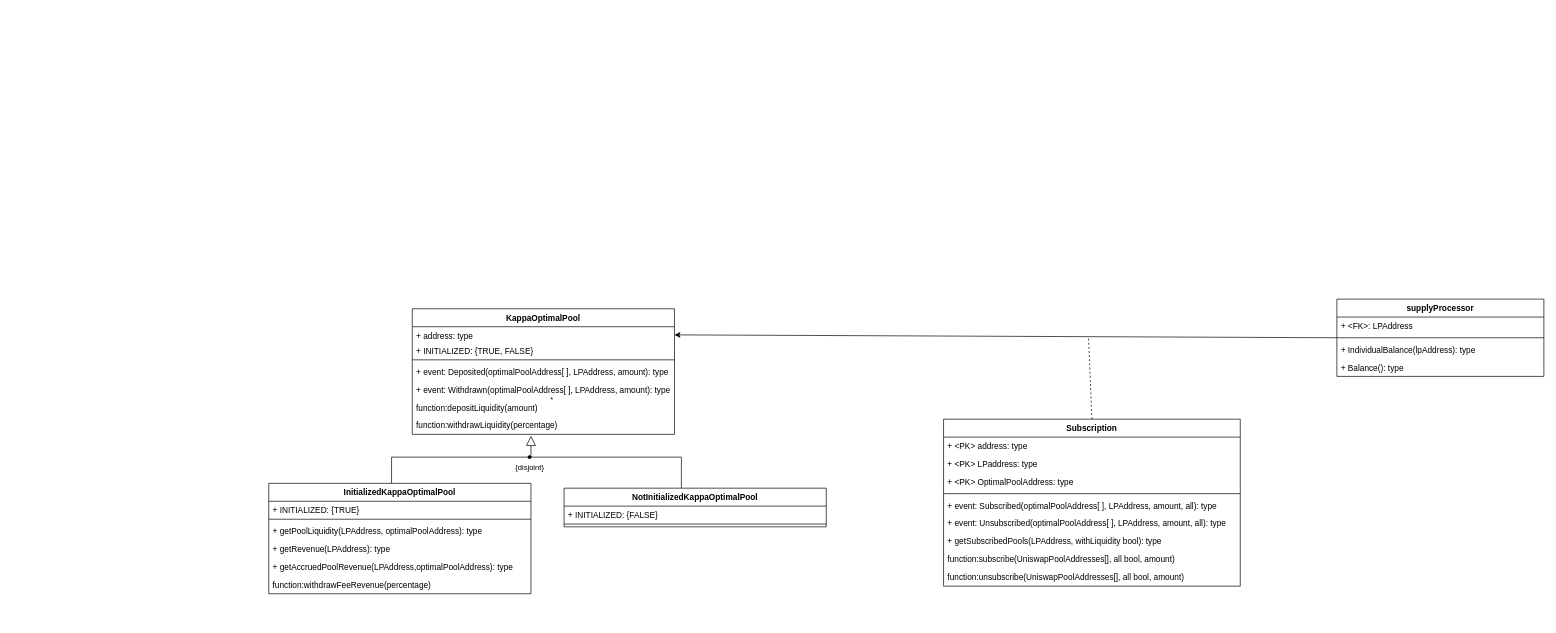
Above: docs/behaviorSemantics/diagrams/entityRelationshipDiagrams/liquidityManagement.drawio in JMSBPP/Kappa-AMM-Adaptive-CFMM-with-Oracle-Based-Curvature-Adjustment (draw.io), before the change. Source tidied: cells renumbered, new cells numbered last; positions are measured from the earlier drawing's top-left corner, leaving out a move shared by most shapes. Both pictures are drawn from the tidied source at 69%, with x=0, y=0 at pixel (143, 299).
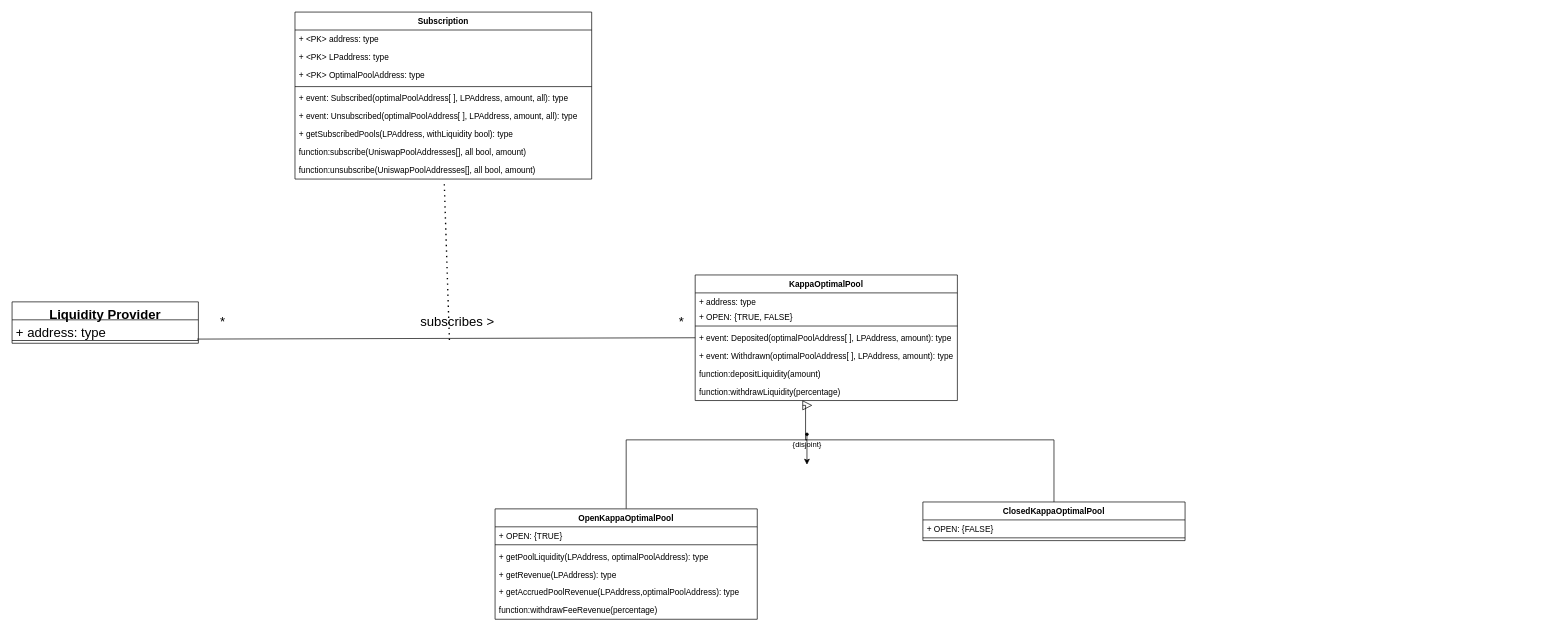
The same page after the edit.

Unchanged cells that the change refers to:
```xml
<mxCell id="3" value="+ address: type" style="text;strokeColor=none;fillColor=none;align=left;verticalAlign=top;spacingLeft=4;spacingRight=4;overflow=hidden;points=[[0,0.5],[1,0.5]];portConstraint=eastwest;" parent="2" vertex="1">
  <mxGeometry y="26" width="380" height="22" as="geometry" />
</mxCell>
<mxCell id="6" value="+ event: Deposited(optimalPoolAddress[ ], LPAddress, amount): type" style="text;strokeColor=none;fillColor=none;align=left;verticalAlign=top;spacingLeft=4;spacingRight=4;overflow=hidden;points=[[0,0.5],[1,0.5]];portConstraint=eastwest;" parent="2" vertex="1">
  <mxGeometry y="78" width="380" height="26" as="geometry" />
</mxCell>
<mxCell id="9" value="function:withdrawLiquidity(percentage)" style="text;strokeColor=none;fillColor=none;align=left;verticalAlign=top;spacingLeft=4;spacingRight=4;overflow=hidden;points=[[0,0.5],[1,0.5]];portConstraint=eastwest;" parent="2" vertex="1">
  <mxGeometry y="156" width="380" height="26" as="geometry" />
</mxCell>
<mxCell id="19" value="function:unsubscribe(UniswapPoolAddresses[], all bool, amount)" style="text;strokeColor=none;fillColor=none;align=left;verticalAlign=top;spacingLeft=4;spacingRight=4;overflow=hidden;points=[[0,0.5],[1,0.5]];portConstraint=eastwest;" parent="10" vertex="1">
  <mxGeometry y="216" width="430" height="26" as="geometry" />
</mxCell>
```

Diff of the diagram source:
```diff
@@
     <mxCell id="2" value="KappaOptimalPool" style="swimlane;fontStyle=1;align=center;verticalAlign=top;horizontal=1;startSize=26;" parent="1" vertex="1">
-      <mxGeometry x="390" y="14" width="380" height="182" as="geometry" />
+      <mxGeometry x="800" y="-35" width="380" height="182" as="geometry" />
     </mxCell>
@@
-    <mxCell id="4" value="+ INITIALIZED: {TRUE, FALSE}" style="text;strokeColor=none;fillColor=none;align=left;verticalAlign=top;spacingLeft=4;spacingRight=4;overflow=hidden;" parent="2" vertex="1">
+    <mxCell id="4" value="+ OPEN: {TRUE, FALSE}" style="text;strokeColor=none;fillColor=none;align=left;verticalAlign=top;spacingLeft=4;spacingRight=4;overflow=hidden;" parent="2" vertex="1">
       <mxGeometry y="48" width="380" height="22" as="geometry" />
     </mxCell>
@@
     <mxCell id="10" value="Subscription&#10;" style="swimlane;fontStyle=1;align=center;verticalAlign=top;horizontal=1;startSize=26;" parent="1" vertex="1">
-      <mxGeometry x="1160" y="174" width="430" height="242" as="geometry" />
+      <mxGeometry x="220" y="-416" width="430" height="242" as="geometry" />
     </mxCell>
@@
-    <mxCell id="20" value="*" style="edgeLabel;html=1;align=center;verticalAlign=middle;" parent="1" vertex="1">
-      <mxGeometry y="144" as="geometry">
-        <mxPoint x="591" as="offset" />
-      </mxGeometry>
-    </mxCell>
-    <mxCell id="21" style="edgeStyle=none;html=1;exitX=0;exitY=0.5;exitDx=0;exitDy=0;" parent="1" edge="1" source="22" target="3">
-      <mxGeometry relative="1" as="geometry" />
-    </mxCell>
-    <mxCell id="22" value="supplyProcessor" style="swimlane;fontStyle=1;align=center;verticalAlign=top;horizontal=1;startSize=26;" parent="1" vertex="1">
-      <mxGeometry x="1730" width="300" height="112" as="geometry" />
-    </mxCell>
-    <mxCell id="23" value="+ &lt;FK&gt;: LPAddress" style="text;strokeColor=none;fillColor=none;align=left;verticalAlign=top;spacingLeft=4;spacingRight=4;overflow=hidden;" parent="22" vertex="1">
-      <mxGeometry y="26" width="300" height="26" as="geometry" />
-    </mxCell>
-    <mxCell id="24" style="line;strokeWidth=1;fillColor=none;align=left;verticalAlign=middle;spacingTop=-1;spacingLeft=3;spacingRight=3;labelPosition=right;strokeColor=inherit;" parent="22" vertex="1">
-      <mxGeometry y="52" width="300" height="8" as="geometry" />
-    </mxCell>
-    <mxCell id="25" value="+ IndividualBalance(lpAddress): type" style="text;strokeColor=none;fillColor=none;align=left;verticalAlign=top;spacingLeft=4;spacingRight=4;overflow=hidden;" parent="22" vertex="1">
-      <mxGeometry y="60" width="300" height="26" as="geometry" />
-    </mxCell>
-    <mxCell id="26" value="+ Balance(): type" style="text;strokeColor=none;fillColor=none;align=left;verticalAlign=top;spacingLeft=4;spacingRight=4;overflow=hidden;" parent="22" vertex="1">
-      <mxGeometry y="86" width="300" height="26" as="geometry" />
-    </mxCell>
-    <mxCell id="27" style="endArrow=none;dashed=1;html=1;exitX=0.5;exitY=0;exitDx=0;exitDy=0;" parent="1" edge="1" source="10">
-      <mxGeometry relative="1" as="geometry">
-        <mxPoint x="1370" y="54" as="targetPoint" />
-      </mxGeometry>
-    </mxCell>
-    <mxCell id="28" style="verticalAlign=bottom;html=1;ellipse;fillColor=strokeColor;fontFamily=Helvetica;fontSize=11;fontColor=default;" parent="1" vertex="1">
-      <mxGeometry x="558" y="227" width="4" height="4" as="geometry" />
-    </mxCell>
+    <mxCell id="43" style="edgeStyle=none;html=1;fontSize=19;" parent="1" edge="1" source="29">
+      <mxGeometry relative="1" as="geometry">
+        <mxPoint x="962" y="240" as="targetPoint" />
+      </mxGeometry>
+    </mxCell>
     <mxCell id="29" value="{disjoint}" style="ellipse;html=1;fillColor=strokeColor;labelPosition=center;align=center;fontFamily=Helvetica;fontSize=11;fontColor=default;verticalAlign=top;verticalLabelPosition=bottom;" parent="1" vertex="1">
-      <mxGeometry x="558" y="227" width="4" height="4" as="geometry" />
+      <mxGeometry x="960" y="194" width="4" height="4" as="geometry" />
     </mxCell>
-    <mxCell id="30" style="edgeStyle=elbowEdgeStyle;html=1;endSize=12;endArrow=block;endFill=0;elbow=horizontal;rounded=0;labelBackgroundColor=default;fontFamily=Helvetica;fontSize=11;fontColor=default;shape=connector;entryX=0.452;entryY=1.077;entryDx=0;entryDy=0;entryPerimeter=0;" parent="1" edge="1" source="29" target="9">
-      <mxGeometry x="1" relative="1" as="geometry" />
+    <mxCell id="30" style="edgeStyle=elbowEdgeStyle;html=1;endSize=12;endArrow=block;endFill=0;elbow=horizontal;rounded=0;labelBackgroundColor=default;fontFamily=Helvetica;fontSize=11;fontColor=default;shape=connector;" parent="1" edge="1">
+      <mxGeometry x="1" relative="1" as="geometry">
+        <mxPoint x="962" y="204" as="sourcePoint" />
+        <mxPoint x="970" y="154" as="targetPoint" />
+        <Array as="points">
+          <mxPoint x="960" y="194" />
+        </Array>
+      </mxGeometry>
     </mxCell>
-    <mxCell id="31" style="edgeStyle=elbowEdgeStyle;html=1;elbow=vertical;verticalAlign=bottom;endArrow=none;rounded=0;labelBackgroundColor=default;fontFamily=Helvetica;fontSize=11;fontColor=default;startSize=14;shape=connector;" parent="1" edge="1" source="29">
+    <mxCell id="31" style="edgeStyle=elbowEdgeStyle;html=1;elbow=vertical;verticalAlign=bottom;endArrow=none;rounded=0;labelBackgroundColor=default;fontFamily=Helvetica;fontSize=11;fontColor=default;startSize=14;shape=connector;entryX=0.5;entryY=0;entryDx=0;entryDy=0;" parent="1" edge="1" target="40">
       <mxGeometry x="1" relative="1" as="geometry">
-        <mxPoint x="780" y="274" as="targetPoint" />
+        <mxPoint x="960" y="204" as="sourcePoint" />
         <Array as="points">
+          <mxPoint x="1140" y="204" />
+          <mxPoint x="750" y="234" />
           <mxPoint x="600" y="229" />
         </Array>
       </mxGeometry>
     </mxCell>
-    <mxCell id="32" style="edgeStyle=elbowEdgeStyle;html=1;elbow=vertical;verticalAlign=bottom;endArrow=none;rounded=0;labelBackgroundColor=default;fontFamily=Helvetica;fontSize=11;fontColor=default;startSize=14;shape=connector;" parent="1" edge="1" source="29">
+    <mxCell id="32" style="edgeStyle=elbowEdgeStyle;html=1;elbow=vertical;verticalAlign=bottom;endArrow=none;rounded=0;labelBackgroundColor=default;fontFamily=Helvetica;fontSize=11;fontColor=default;startSize=14;shape=connector;entryX=0.5;entryY=0;entryDx=0;entryDy=0;" parent="1" edge="1" target="33">
       <mxGeometry x="1" relative="1" as="geometry">
-        <mxPoint x="360" y="274" as="targetPoint" />
+        <mxPoint x="962" y="204" as="sourcePoint" />
         <Array as="points">
+          <mxPoint x="940" y="204" />
+          <mxPoint x="790" y="264" />
+          <mxPoint x="740" y="234" />
           <mxPoint x="520" y="229" />
         </Array>
       </mxGeometry>
     </mxCell>
-    <mxCell id="33" value="InitializedKappaOptimalPool" style="swimlane;fontStyle=1;align=center;verticalAlign=top;horizontal=1;startSize=26;" parent="1" vertex="1">
-      <mxGeometry x="182" y="267" width="380" height="160" as="geometry" />
+    <mxCell id="33" value="OpenKappaOptimalPool" style="swimlane;fontStyle=1;align=center;verticalAlign=top;horizontal=1;startSize=26;" parent="1" vertex="1">
+      <mxGeometry x="510" y="304" width="380" height="160" as="geometry" />
     </mxCell>
-    <mxCell id="34" value="+ INITIALIZED: {TRUE}" style="text;strokeColor=none;fillColor=none;align=left;verticalAlign=top;spacingLeft=4;spacingRight=4;overflow=hidden;" parent="33" vertex="1">
+    <mxCell id="34" value="+ OPEN: {TRUE}" style="text;strokeColor=none;fillColor=none;align=left;verticalAlign=top;spacingLeft=4;spacingRight=4;overflow=hidden;" parent="33" vertex="1">
       <mxGeometry y="26" width="380" height="22" as="geometry" />
     </mxCell>
@@
-    <mxCell id="40" value="NotInitializedKappaOptimalPool" style="swimlane;fontStyle=1;align=center;verticalAlign=top;horizontal=1;startSize=26;" parent="1" vertex="1">
-      <mxGeometry x="610" y="274" width="380" height="56" as="geometry" />
+    <mxCell id="40" value="ClosedKappaOptimalPool" style="swimlane;fontStyle=1;align=center;verticalAlign=top;horizontal=1;startSize=26;" parent="1" vertex="1">
+      <mxGeometry x="1130" y="294" width="380" height="56" as="geometry" />
     </mxCell>
-    <mxCell id="41" value="+ INITIALIZED: {FALSE}" style="text;strokeColor=none;fillColor=none;align=left;verticalAlign=top;spacingLeft=4;spacingRight=4;overflow=hidden;" parent="40" vertex="1">
+    <mxCell id="41" value="+ OPEN: {FALSE}" style="text;strokeColor=none;fillColor=none;align=left;verticalAlign=top;spacingLeft=4;spacingRight=4;overflow=hidden;" parent="40" vertex="1">
       <mxGeometry y="26" width="380" height="22" as="geometry" />
     </mxCell>
@@
+    <mxCell id="44" style="endArrow=none;html=1;fontSize=19;entryX=0;entryY=0.5;entryDx=0;entryDy=0;exitX=0.993;exitY=1.074;exitDx=0;exitDy=0;exitPerimeter=0;" parent="1" edge="1" source="49" target="6">
+      <mxGeometry relative="1" as="geometry" />
+    </mxCell>
+    <mxCell id="45" value="subscribes &amp;gt;" style="text;html=1;align=center;verticalAlign=middle;points=[];strokeColor=none;fillColor=none;fontSize=19;" parent="1" vertex="1">
+      <mxGeometry x="390" y="14" width="130" height="40" as="geometry" />
+    </mxCell>
+    <mxCell id="46" value="*" style="text;html=1;align=center;verticalAlign=middle;strokeColor=none;fillColor=none;fontSize=19;" parent="1" vertex="1">
+      <mxGeometry x="100" y="14" width="30" height="40" as="geometry" />
+    </mxCell>
+    <mxCell id="47" value="*" style="text;html=1;align=center;verticalAlign=middle;strokeColor=none;fillColor=none;fontSize=19;" parent="1" vertex="1">
+      <mxGeometry x="765" y="14" width="30" height="40" as="geometry" />
+    </mxCell>
+    <mxCell id="48" value="Liquidity Provider" style="swimlane;fontStyle=1;align=center;verticalAlign=top;horizontal=1;startSize=26;fontSize=19;" parent="1" vertex="1">
+      <mxGeometry x="-190" y="4" width="270" height="60" as="geometry" />
+    </mxCell>
+    <mxCell id="49" value="+ address: type" style="text;strokeColor=none;fillColor=none;align=left;verticalAlign=top;spacingLeft=4;spacingRight=4;overflow=hidden;points=[[0,0.5],[1,0.5]];portConstraint=eastwest;fontSize=19;" parent="48" vertex="1">
+      <mxGeometry y="26" width="270" height="26" as="geometry" />
+    </mxCell>
+    <mxCell id="50" style="line;strokeWidth=1;fillColor=none;align=left;verticalAlign=middle;spacingTop=-1;spacingLeft=3;spacingRight=3;labelPosition=right;strokeColor=inherit;fontSize=19;" parent="48" vertex="1">
+      <mxGeometry y="52" width="270" height="8" as="geometry" />
+    </mxCell>
+    <mxCell id="51" style="endArrow=none;dashed=1;html=1;dashPattern=1 3;strokeWidth=2;fontSize=19;entryX=0.503;entryY=1.111;entryDx=0;entryDy=0;entryPerimeter=0;exitX=0.414;exitY=1.132;exitDx=0;exitDy=0;exitPerimeter=0;" parent="1" edge="1" source="45" target="19">
+      <mxGeometry relative="1" as="geometry" />
+    </mxCell>
```
